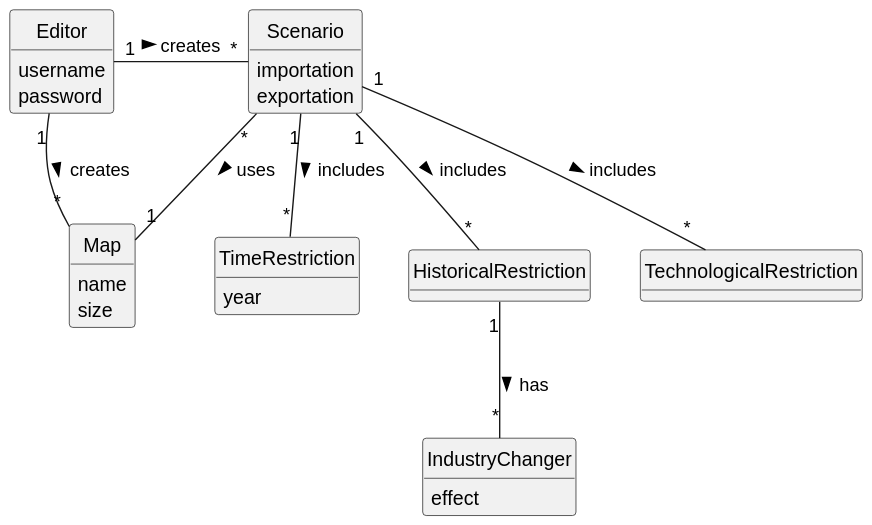
This is Sprint3/US004/02.analysis/svg/US004-DM.svg from 1240935/pi2-railway-simulator, a PlantUML export, as it was before one commit. Source of this version:
```plantuml
@startuml
skinparam monochrome true
skinparam packageStyle rectangle
skinparam shadowing false
skinparam classAttributeIconSize 0
hide circle
hide methods


class Map {
    name
    size
}

class Scenario {
    importation
    exportation
}

class Editor {
    username
    password
}

class IndustryChanger{
    effect
}

class TimeRestriction{
    year
}


Editor "1" - "*" Map : creates >
Editor "1" - "*" Scenario : creates >
Scenario "*" -- "1" Map : uses >
Scenario "1" -- "*" HistoricalRestriction: includes >
Scenario "1" -- "*" TechnologicalRestriction: includes >
Scenario "1" -- "*" TimeRestriction: includes >
HistoricalRestriction "1" -- "*" IndustryChanger: has >
@enduml
```
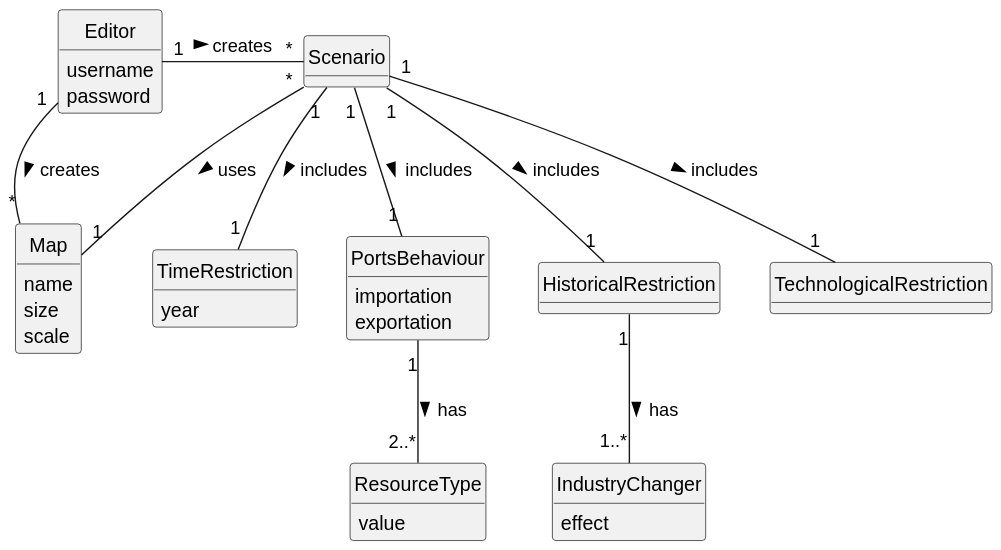
Later version of the same file.

Change to the diagram source:
```diff
@@ -10,11 +10,10 @@
 class Map {
     name
     size
+    scale
 }
 
 class Scenario {
-    importation
-    exportation
 }
 
 class Editor {
@@ -30,12 +29,23 @@
     year
 }
 
+class PortsBehaviour{
+    importation
+    exportation
+}
+
+class ResourceType{
+    value
+}
+
 
 Editor "1" - "*" Map : creates >
 Editor "1" - "*" Scenario : creates >
 Scenario "*" -- "1" Map : uses >
-Scenario "1" -- "*" HistoricalRestriction: includes >
-Scenario "1" -- "*" TechnologicalRestriction: includes >
-Scenario "1" -- "*" TimeRestriction: includes >
-HistoricalRestriction "1" -- "*" IndustryChanger: has >
+Scenario "1" -- "1" HistoricalRestriction: includes >
+Scenario "1" -- "1" TechnologicalRestriction: includes >
+Scenario "1" -- "1" TimeRestriction: includes >
+Scenario "1" -- "1" PortsBehaviour: includes >
+PortsBehaviour "1" -- "2..*" ResourceType: has >
+HistoricalRestriction "1" -- "1..*" IndustryChanger: has >
 @enduml
```
